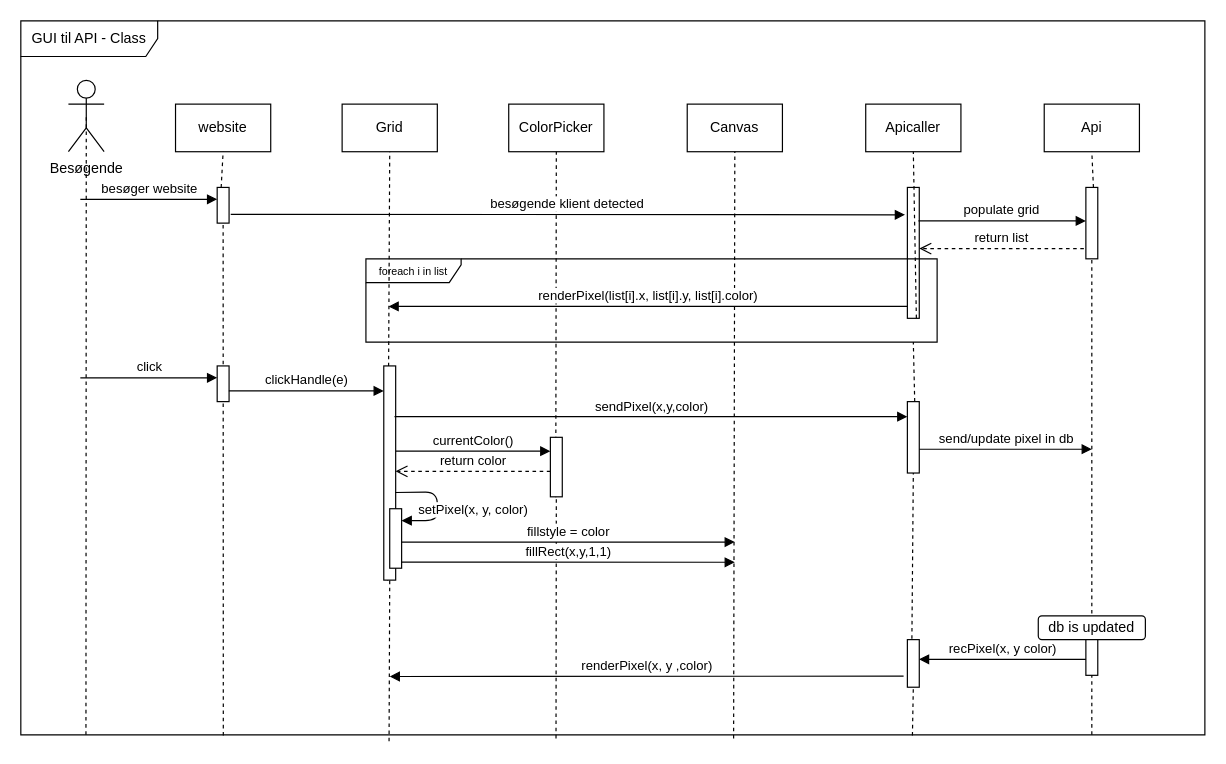
The draw.io diagram GUI/sekvens/GUI til API - SD.drawio in I4PRJ-Gridder/Diagrammer, before the edit. Source tidied: cells renumbered, new cells numbered last; positions are measured from the earlier drawing's top-left corner, leaving out a move shared by most shapes. Both pictures are drawn from the tidied source at 119%, with x=0, y=0 at pixel (20, 20).
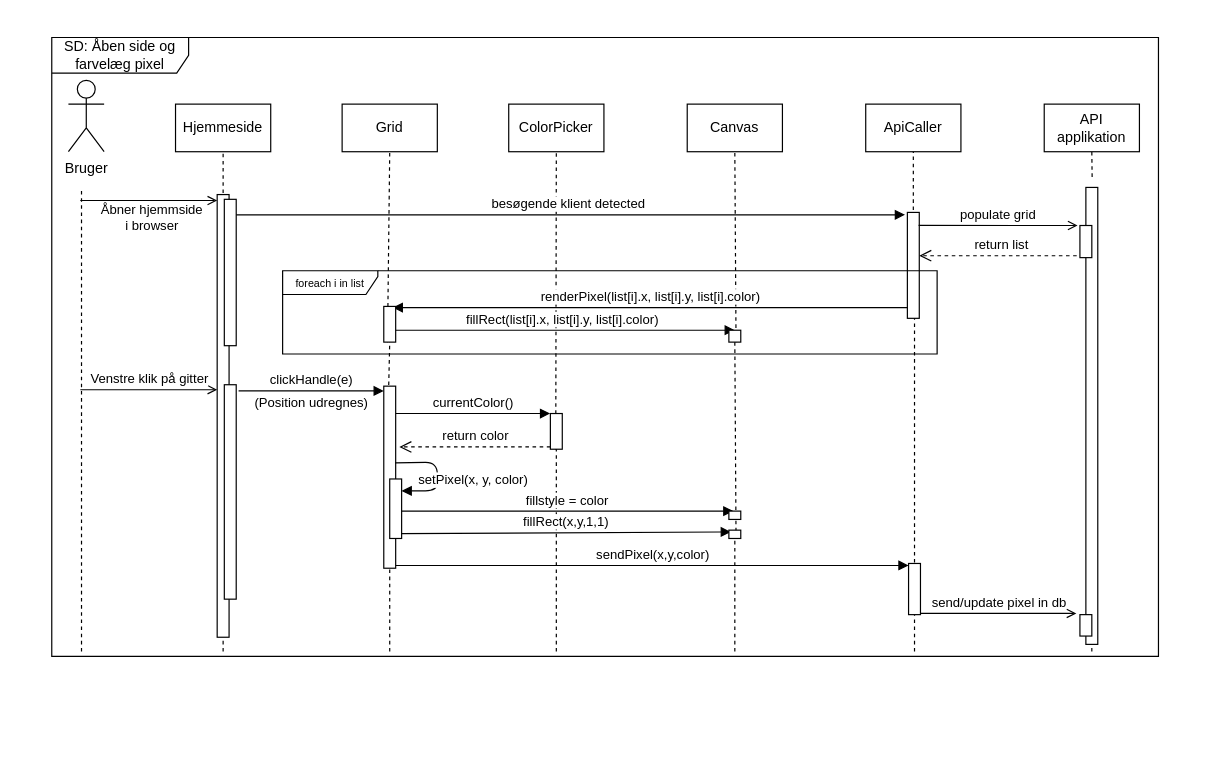
After the change.

Unchanged cells that the change refers to:
```xml
<mxCell id="7" value="Grid" style="rounded=0;whiteSpace=wrap;html=1;" parent="1" vertex="1">
  <mxGeometry x="270" y="70" width="80" height="40" as="geometry" />
</mxCell>
<mxCell id="11" value="Canvas" style="rounded=0;whiteSpace=wrap;html=1;" parent="1" vertex="1">
  <mxGeometry x="560" y="70" width="80" height="40" as="geometry" />
</mxCell>
```

What changed in the source:
```diff
@@
     <mxCell id="2" style="html=1;points=[];perimeter=orthogonalPerimeter;" parent="1" vertex="1">
-      <mxGeometry x="745" y="140" width="10" height="110" as="geometry" />
+      <mxGeometry x="745" y="161" width="10" height="89" as="geometry" />
     </mxCell>
     <mxCell id="3" value="&lt;font style=&quot;font-size: 9px&quot;&gt;foreach i in list&lt;/font&gt;" style="shape=umlFrame;whiteSpace=wrap;html=1;width=80;height=20;" parent="1" vertex="1">
-      <mxGeometry x="290" y="200" width="480" height="70" as="geometry" />
+      <mxGeometry x="220" y="210" width="550" height="70" as="geometry" />
     </mxCell>
-    <mxCell id="4" value="GUI til API - Class" style="shape=umlFrame;whiteSpace=wrap;html=1;width=115;height=30;" parent="1" vertex="1">
-      <mxGeometry width="995" height="600" as="geometry" />
-    </mxCell>
-    <mxCell id="5" value="Besøgende" style="shape=umlActor;verticalLabelPosition=bottom;verticalAlign=top;html=1;outlineConnect=0;" parent="1" vertex="1">
+    <mxCell id="5" value="Bruger" style="shape=umlActor;verticalLabelPosition=bottom;verticalAlign=top;html=1;outlineConnect=0;" parent="1" vertex="1">
       <mxGeometry x="40" y="50" width="30" height="60" as="geometry" />
     </mxCell>
-    <mxCell id="6" value="website" style="rounded=0;whiteSpace=wrap;html=1;" parent="1" vertex="1">
+    <mxCell id="6" value="Hjemmeside" style="rounded=0;whiteSpace=wrap;html=1;" parent="1" vertex="1">
       <mxGeometry x="130" y="70" width="80" height="40" as="geometry" />
     </mxCell>
@@
-    <mxCell id="8" value="Apicaller" style="rounded=0;whiteSpace=wrap;html=1;" parent="1" vertex="1">
+    <mxCell id="8" value="ApiCaller" style="rounded=0;whiteSpace=wrap;html=1;" parent="1" vertex="1">
       <mxGeometry x="710" y="70" width="80" height="40" as="geometry" />
     </mxCell>
-    <mxCell id="9" value="Api" style="rounded=0;whiteSpace=wrap;html=1;" parent="1" vertex="1">
+    <mxCell id="9" value="API applikation" style="rounded=0;whiteSpace=wrap;html=1;" parent="1" vertex="1">
       <mxGeometry x="860" y="70" width="80" height="40" as="geometry" />
     </mxCell>
@@
-    <mxCell id="12" style="endArrow=none;dashed=1;html=1;entryX=0.5;entryY=0.5;entryDx=0;entryDy=0;entryPerimeter=0;exitX=0.055;exitY=1;exitDx=0;exitDy=0;exitPerimeter=0;" parent="1" edge="1" source="4" target="5">
-      <mxGeometry relative="1" as="geometry" />
+    <mxCell id="12" style="endArrow=none;dashed=1;html=1;" parent="1" edge="1">
+      <mxGeometry relative="1" as="geometry">
+        <mxPoint x="51" y="530" as="sourcePoint" />
+        <mxPoint x="51" y="140" as="targetPoint" />
+      </mxGeometry>
     </mxCell>
-    <mxCell id="13" style="endArrow=none;dashed=1;html=1;entryX=0.5;entryY=1;entryDx=0;entryDy=0;exitX=0.171;exitY=1.001;exitDx=0;exitDy=0;exitPerimeter=0;" parent="1" edge="1" source="19" target="6">
+    <mxCell id="13" style="endArrow=none;dashed=1;html=1;entryX=0.5;entryY=1;entryDx=0;entryDy=0;exitX=0.5;exitY=0.061;exitDx=0;exitDy=0;exitPerimeter=0;" parent="1" edge="1" source="19" target="6">
       <mxGeometry relative="1" as="geometry" />
     </mxCell>
-    <mxCell id="14" style="endArrow=none;dashed=1;html=1;entryX=0.5;entryY=1;entryDx=0;entryDy=0;exitX=0.313;exitY=1.002;exitDx=0;exitDy=0;exitPerimeter=0;" parent="1" edge="1" source="35" target="7">
+    <mxCell id="14" style="endArrow=none;dashed=1;html=1;entryX=0.5;entryY=1;entryDx=0;entryDy=0;exitX=0.313;exitY=1.002;exitDx=0;exitDy=0;exitPerimeter=0;" parent="1" edge="1" source="58" target="7">
       <mxGeometry relative="1" as="geometry" />
     </mxCell>
@@
-    <mxCell id="16" style="endArrow=none;dashed=1;html=1;entryX=0.5;entryY=1;entryDx=0;entryDy=0;exitX=0.906;exitY=1.001;exitDx=0;exitDy=0;exitPerimeter=0;" parent="1" edge="1" source="23" target="9">
+    <mxCell id="16" style="endArrow=none;dashed=1;html=1;entryX=0.5;entryY=1;entryDx=0;entryDy=0;exitX=0.526;exitY=-0.023;exitDx=0;exitDy=0;exitPerimeter=0;" parent="1" edge="1" source="23" target="9">
       <mxGeometry relative="1" as="geometry" />
     </mxCell>
-    <mxCell id="17" style="endArrow=none;dashed=1;html=1;entryX=0.5;entryY=1;entryDx=0;entryDy=0;exitX=0.756;exitY=0.999;exitDx=0;exitDy=0;exitPerimeter=0;" parent="1" edge="1" source="2" target="8">
-      <mxGeometry relative="1" as="geometry" />
+    <mxCell id="17" style="endArrow=none;dashed=1;html=1;entryX=0.5;entryY=1;entryDx=0;entryDy=0;" parent="1" edge="1" target="8">
+      <mxGeometry relative="1" as="geometry">
+        <mxPoint x="750" y="159" as="sourcePoint" />
+      </mxGeometry>
     </mxCell>
-    <mxCell id="18" style="endArrow=none;dashed=1;html=1;entryX=0.5;entryY=1;entryDx=0;entryDy=0;exitX=0.602;exitY=1.005;exitDx=0;exitDy=0;exitPerimeter=0;" parent="1" edge="1" source="4" target="11">
+    <mxCell id="18" style="endArrow=none;dashed=1;html=1;entryX=0.5;entryY=1;entryDx=0;entryDy=0;exitX=0.602;exitY=1.005;exitDx=0;exitDy=0;exitPerimeter=0;" parent="1" edge="1" source="56" target="11">
       <mxGeometry relative="1" as="geometry" />
     </mxCell>
     <mxCell id="19" style="html=1;points=[];perimeter=orthogonalPerimeter;" parent="1" vertex="1">
-      <mxGeometry x="165" y="140" width="10" height="30" as="geometry" />
+      <mxGeometry x="165" y="146" width="10" height="372" as="geometry" />
     </mxCell>
-    <mxCell id="20" style="endArrow=none;dashed=1;html=1;entryX=0.5;entryY=1;entryDx=0;entryDy=0;exitX=0.171;exitY=1.001;exitDx=0;exitDy=0;exitPerimeter=0;" parent="1" edge="1" source="4" target="19">
-      <mxGeometry relative="1" as="geometry" />
+    <mxCell id="20" style="endArrow=none;dashed=1;html=1;entryX=0.5;entryY=1;entryDx=0;entryDy=0;" parent="1" edge="1" target="19">
+      <mxGeometry relative="1" as="geometry">
+        <mxPoint x="170" y="530" as="sourcePoint" />
+      </mxGeometry>
     </mxCell>
-    <mxCell id="21" value="besøgende klient detected" style="html=1;verticalAlign=bottom;endArrow=block;exitX=1.14;exitY=0.753;exitDx=0;exitDy=0;exitPerimeter=0;" parent="1" edge="1" source="19">
+    <mxCell id="21" value="besøgende klient detected" style="html=1;verticalAlign=bottom;endArrow=block;" parent="1" edge="1">
       <mxGeometry relative="1" as="geometry">
+        <mxPoint x="176" y="163" as="sourcePoint" />
         <mxPoint x="743" y="163" as="targetPoint" />
       </mxGeometry>
     </mxCell>
-    <mxCell id="22" value="besøger website" style="html=1;verticalAlign=bottom;endArrow=block;" parent="1" edge="1" target="19">
-      <mxGeometry relative="1" as="geometry">
-        <mxPoint x="50" y="150" as="sourcePoint" />
+    <mxCell id="22" value="Åbner hjemmside&lt;br&gt;i browser" style="html=1;verticalAlign=bottom;endArrow=open;endFill=0;" parent="1" edge="1">
+      <mxGeometry x="0.04" y="-30" relative="1" as="geometry">
+        <mxPoint x="50" y="151" as="sourcePoint" />
+        <mxPoint x="165" y="151" as="targetPoint" />
         <Array as="points">
-          <mxPoint x="110" y="150" />
+          <mxPoint x="110" y="151" />
         </Array>
       </mxGeometry>
     </mxCell>
     <mxCell id="23" style="html=1;points=[];perimeter=orthogonalPerimeter;" parent="1" vertex="1">
-      <mxGeometry x="895" y="140" width="10" height="60" as="geometry" />
+      <mxGeometry x="895" y="140" width="10" height="384" as="geometry" />
     </mxCell>
-    <mxCell id="24" style="endArrow=none;dashed=1;html=1;entryX=0.5;entryY=1;entryDx=0;entryDy=0;" parent="1" edge="1" source="45" target="23">
-      <mxGeometry relative="1" as="geometry" />
+    <mxCell id="24" style="endArrow=none;dashed=1;html=1;entryX=0.5;entryY=1;entryDx=0;entryDy=0;" parent="1" edge="1" target="23">
+      <mxGeometry relative="1" as="geometry">
+        <mxPoint x="900" y="530" as="sourcePoint" />
+      </mxGeometry>
     </mxCell>
-    <mxCell id="25" value="return list" style="html=1;verticalAlign=bottom;endArrow=open;dashed=1;endSize=8;exitX=-0.169;exitY=0.857;exitDx=0;exitDy=0;exitPerimeter=0;" parent="1" edge="1" source="23" target="2">
-      <mxGeometry relative="1" as="geometry" />
+    <mxCell id="25" value="return list" style="html=1;verticalAlign=bottom;endArrow=open;dashed=1;endSize=8;exitX=-0.169;exitY=0.857;exitDx=0;exitDy=0;exitPerimeter=0;" parent="1" edge="1">
+      <mxGeometry relative="1" as="geometry">
+        <mxPoint x="893.3" y="197.4" as="sourcePoint" />
+        <mxPoint x="755" y="197.4" as="targetPoint" />
+      </mxGeometry>
     </mxCell>
-    <mxCell id="26" style="endArrow=none;dashed=1;html=1;entryX=0.5;entryY=1;entryDx=0;entryDy=0;exitX=0.756;exitY=0.999;exitDx=0;exitDy=0;exitPerimeter=0;" parent="1" edge="1" source="32">
+    <mxCell id="26" style="endArrow=none;dashed=1;html=1;exitX=0.5;exitY=-0.017;exitDx=0;exitDy=0;exitPerimeter=0;" parent="1" edge="1" source="32">
       <mxGeometry relative="1" as="geometry">
-        <mxPoint x="750" y="270" as="targetPoint" />
+        <mxPoint x="751" y="250" as="targetPoint" />
       </mxGeometry>
     </mxCell>
-    <mxCell id="27" value="renderPixel(list[i].x, list[i].y, list[i].color)" style="html=1;verticalAlign=bottom;endArrow=block;" parent="1" edge="1" source="2">
-      <mxGeometry relative="1" as="geometry">
-        <mxPoint x="309" y="240" as="targetPoint" />
-      </mxGeometry>
+    <mxCell id="27" value="renderPixel(list[i].x, list[i].y, list[i].color)" style="html=1;verticalAlign=bottom;endArrow=block;entryX=0.75;entryY=0.033;entryDx=0;entryDy=0;entryPerimeter=0;" parent="1" edge="1" source="2" target="58">
+      <mxGeometry relative="1" as="geometry" />
     </mxCell>
     <mxCell id="28" style="html=1;points=[];perimeter=orthogonalPerimeter;" parent="1" vertex="1">
-      <mxGeometry x="165" y="290" width="10" height="30" as="geometry" />
+      <mxGeometry x="171" y="305.8" width="10" height="180.2" as="geometry" />
     </mxCell>
-    <mxCell id="29" value="clickHandle(e)" style="html=1;verticalAlign=bottom;endArrow=block;exitX=0.98;exitY=0.7;exitDx=0;exitDy=0;exitPerimeter=0;" parent="1" edge="1" source="28" target="35">
-      <mxGeometry relative="1" as="geometry" />
+    <mxCell id="29" value="clickHandle(e)" style="html=1;verticalAlign=bottom;endArrow=block;" parent="1" edge="1" target="35">
+      <mxGeometry relative="1" as="geometry">
+        <mxPoint x="183" y="311" as="sourcePoint" />
+      </mxGeometry>
     </mxCell>
+    <mxCell id="53" value="(Position udregnes)" style="edgeLabel;html=1;align=center;verticalAlign=middle;" parent="29" vertex="1">
+      <mxGeometry x="0.24" y="-1" relative="1" as="geometry">
+        <mxPoint x="-15.6" y="8" as="offset" />
+      </mxGeometry>
+    </mxCell>
-    <mxCell id="30" value="click" style="html=1;verticalAlign=bottom;endArrow=block;" parent="1" edge="1" target="28">
+    <mxCell id="30" value="Venstre klik på gitter" style="html=1;verticalAlign=bottom;endArrow=open;endFill=0;" parent="1" edge="1">
       <mxGeometry relative="1" as="geometry">
-        <mxPoint x="50" y="300" as="sourcePoint" />
+        <mxPoint x="50" y="310" as="sourcePoint" />
+        <mxPoint x="165" y="310" as="targetPoint" />
       </mxGeometry>
     </mxCell>
-    <mxCell id="31" value="currentColor()" style="html=1;verticalAlign=bottom;endArrow=block;exitX=1.02;exitY=0.398;exitDx=0;exitDy=0;exitPerimeter=0;" parent="1" edge="1" source="35" target="39">
-      <mxGeometry relative="1" as="geometry" />
+    <mxCell id="31" value="currentColor()" style="html=1;verticalAlign=bottom;endArrow=block;exitX=1.02;exitY=0.398;exitDx=0;exitDy=0;exitPerimeter=0;" parent="1" edge="1">
+      <mxGeometry relative="1" as="geometry">
+        <mxPoint x="315" y="330" as="sourcePoint" />
+        <mxPoint x="444.8" y="330" as="targetPoint" />
+      </mxGeometry>
     </mxCell>
     <mxCell id="32" style="html=1;points=[];perimeter=orthogonalPerimeter;" parent="1" vertex="1">
-      <mxGeometry x="745" y="320" width="10" height="60" as="geometry" />
+      <mxGeometry x="746" y="456" width="10" height="43" as="geometry" />
     </mxCell>
-    <mxCell id="33" style="endArrow=none;dashed=1;html=1;entryX=0.5;entryY=1;entryDx=0;entryDy=0;exitX=0.38;exitY=-0.019;exitDx=0;exitDy=0;exitPerimeter=0;" parent="1" edge="1" source="49" target="32">
-      <mxGeometry relative="1" as="geometry" />
+    <mxCell id="33" style="endArrow=none;dashed=1;html=1;entryX=0.5;entryY=1;entryDx=0;entryDy=0;" parent="1" edge="1" target="32">
+      <mxGeometry relative="1" as="geometry">
+        <mxPoint x="751" y="530" as="sourcePoint" />
+      </mxGeometry>
     </mxCell>
-    <mxCell id="34" value="send/update pixel in db" style="html=1;verticalAlign=bottom;endArrow=block;" parent="1" edge="1" source="32">
+    <mxCell id="34" value="send/update pixel in db" style="html=1;verticalAlign=bottom;endArrow=open;endFill=0;" parent="1" edge="1">
       <mxGeometry relative="1" as="geometry">
-        <mxPoint x="900" y="360" as="targetPoint" />
+        <mxPoint x="756" y="498" as="sourcePoint" />
+        <mxPoint x="887" y="498" as="targetPoint" />
       </mxGeometry>
     </mxCell>
     <mxCell id="35" style="html=1;points=[];perimeter=orthogonalPerimeter;" parent="1" vertex="1">
-      <mxGeometry x="305" y="290" width="10" height="180" as="geometry" />
+      <mxGeometry x="305" y="307" width="10" height="153" as="geometry" />
     </mxCell>
-    <mxCell id="36" style="endArrow=none;dashed=1;html=1;entryX=0.5;entryY=1;entryDx=0;entryDy=0;exitX=0.311;exitY=1.009;exitDx=0;exitDy=0;exitPerimeter=0;" parent="1" edge="1" source="4" target="35">
-      <mxGeometry relative="1" as="geometry" />
+    <mxCell id="36" style="endArrow=none;dashed=1;html=1;entryX=0.5;entryY=1;entryDx=0;entryDy=0;" parent="1" edge="1" target="35">
+      <mxGeometry relative="1" as="geometry">
+        <mxPoint x="310" y="530" as="sourcePoint" />
+      </mxGeometry>
     </mxCell>
-    <mxCell id="37" value="sendPixel(x,y,color)" style="html=1;verticalAlign=bottom;endArrow=block;exitX=0.9;exitY=0.237;exitDx=0;exitDy=0;exitPerimeter=0;" parent="1" edge="1" source="35" target="32">
-      <mxGeometry relative="1" as="geometry" />
+    <mxCell id="37" value="sendPixel(x,y,color)" style="html=1;verticalAlign=bottom;endArrow=block;exitX=0.9;exitY=0.237;exitDx=0;exitDy=0;exitPerimeter=0;" parent="1" edge="1">
+      <mxGeometry relative="1" as="geometry">
+        <mxPoint x="315" y="457.7" as="sourcePoint" />
+        <mxPoint x="746" y="457.7" as="targetPoint" />
+      </mxGeometry>
     </mxCell>
-    <mxCell id="38" value="return color" style="html=1;verticalAlign=bottom;endArrow=open;dashed=1;endSize=8;entryX=0.986;entryY=0.492;entryDx=0;entryDy=0;entryPerimeter=0;" parent="1" edge="1" source="39" target="35">
-      <mxGeometry relative="1" as="geometry" />
+    <mxCell id="38" value="return color" style="html=1;verticalAlign=bottom;endArrow=open;dashed=1;endSize=8;entryX=1.31;entryY=0.234;entryDx=0;entryDy=0;entryPerimeter=0;" parent="1" edge="1">
+      <mxGeometry relative="1" as="geometry">
+        <mxPoint x="445" y="358.1" as="sourcePoint" />
+        <mxPoint x="318.1" y="358.1" as="targetPoint" />
+      </mxGeometry>
     </mxCell>
     <mxCell id="39" style="html=1;points=[];perimeter=orthogonalPerimeter;" parent="1" vertex="1">
-      <mxGeometry x="445" y="350" width="10" height="50" as="geometry" />
+      <mxGeometry x="445" y="330" width="10" height="30" as="geometry" />
     </mxCell>
-    <mxCell id="40" style="endArrow=none;dashed=1;html=1;entryX=0.5;entryY=1;entryDx=0;entryDy=0;exitX=0.452;exitY=1.005;exitDx=0;exitDy=0;exitPerimeter=0;" parent="1" edge="1" source="4" target="39">
-      <mxGeometry relative="1" as="geometry" />
+    <mxCell id="40" style="endArrow=none;dashed=1;html=1;entryX=0.5;entryY=1;entryDx=0;entryDy=0;" parent="1" edge="1" target="39">
+      <mxGeometry relative="1" as="geometry">
+        <mxPoint x="450" y="530" as="sourcePoint" />
+      </mxGeometry>
     </mxCell>
     <mxCell id="41" style="html=1;points=[];perimeter=orthogonalPerimeter;" parent="1" vertex="1">
-      <mxGeometry x="310" y="410" width="10" height="50" as="geometry" />
+      <mxGeometry x="310" y="385" width="10" height="50" as="geometry" />
     </mxCell>
-    <mxCell id="42" value="setPixel(x, y, color)" style="html=1;verticalAlign=bottom;endArrow=block;exitX=0.953;exitY=0.591;exitDx=0;exitDy=0;exitPerimeter=0;" parent="1" edge="1" source="35" target="41">
+    <mxCell id="42" value="setPixel(x, y, color)" style="html=1;verticalAlign=bottom;endArrow=block;exitX=0.953;exitY=0.591;exitDx=0;exitDy=0;exitPerimeter=0;" parent="1" edge="1" target="41">
       <mxGeometry x="0.33" y="-30" relative="1" as="geometry">
+        <mxPoint x="314.5" y="371.4" as="sourcePoint" />
         <Array as="points">
-          <mxPoint x="350" y="396" />
-          <mxPoint x="350" y="420" />
+          <mxPoint x="350" y="371" />
+          <mxPoint x="350" y="395" />
         </Array>
         <mxPoint x="30" y="30" as="offset" />
       </mxGeometry>
     </mxCell>
-    <mxCell id="43" value="fillstyle = color" style="html=1;verticalAlign=bottom;endArrow=block;" parent="1" edge="1" source="41">
+    <mxCell id="43" value="fillstyle = color" style="html=1;verticalAlign=bottom;endArrow=block;entryX=0.379;entryY=0.147;entryDx=0;entryDy=0;entryPerimeter=0;" parent="1" edge="1">
       <mxGeometry relative="1" as="geometry">
-        <mxPoint x="600" y="438" as="targetPoint" />
+        <mxPoint x="320" y="412" as="sourcePoint" />
+        <mxPoint x="598.8" y="412" as="targetPoint" />
       </mxGeometry>
     </mxCell>
-    <mxCell id="44" value="fillRect(x,y,1,1)" style="html=1;verticalAlign=bottom;endArrow=block;exitX=0.954;exitY=0.897;exitDx=0;exitDy=0;exitPerimeter=0;" parent="1" edge="1" source="41">
+    <mxCell id="44" value="fillRect(x,y,1,1)" style="html=1;verticalAlign=bottom;endArrow=block;exitX=0.954;exitY=0.897;exitDx=0;exitDy=0;exitPerimeter=0;entryX=0.172;entryY=0.073;entryDx=0;entryDy=0;entryPerimeter=0;" parent="1" edge="1">
       <mxGeometry relative="1" as="geometry">
-        <mxPoint x="600" y="455" as="targetPoint" />
+        <mxPoint x="319.5" y="430.9" as="sourcePoint" />
+        <mxPoint x="596.7" y="429.5" as="targetPoint" />
       </mxGeometry>
     </mxCell>
-    <mxCell id="45" style="html=1;points=[];perimeter=orthogonalPerimeter;" parent="1" vertex="1">
-      <mxGeometry x="895" y="510" width="10" height="40" as="geometry" />
-    </mxCell>
-    <mxCell id="46" style="endArrow=none;dashed=1;html=1;entryX=0.5;entryY=1;entryDx=0;entryDy=0;" parent="1" edge="1" target="45">
-      <mxGeometry relative="1" as="geometry">
-        <mxPoint x="900" y="600" as="sourcePoint" />
-      </mxGeometry>
-    </mxCell>
-    <mxCell id="47" value="db is updated" style="rounded=1;whiteSpace=wrap;html=1;" parent="1" vertex="1">
-      <mxGeometry x="855" y="500" width="90" height="20" as="geometry" />
-    </mxCell>
-    <mxCell id="48" value="recPixel(x, y color)" style="html=1;verticalAlign=bottom;endArrow=block;entryX=0.974;entryY=0.413;entryDx=0;entryDy=0;entryPerimeter=0;" parent="1" edge="1" source="45" target="49">
-      <mxGeometry relative="1" as="geometry" />
-    </mxCell>
-    <mxCell id="49" style="html=1;points=[];perimeter=orthogonalPerimeter;" parent="1" vertex="1">
-      <mxGeometry x="745" y="520" width="10" height="40" as="geometry" />
-    </mxCell>
-    <mxCell id="50" style="endArrow=none;dashed=1;html=1;entryX=0.5;entryY=1;entryDx=0;entryDy=0;exitX=0.753;exitY=1.001;exitDx=0;exitDy=0;exitPerimeter=0;" parent="1" edge="1" source="4" target="49">
-      <mxGeometry relative="1" as="geometry" />
-    </mxCell>
-    <mxCell id="51" value="renderPixel(x, y ,color)" style="html=1;verticalAlign=bottom;endArrow=block;exitX=-0.318;exitY=0.768;exitDx=0;exitDy=0;exitPerimeter=0;" parent="1" edge="1" source="49">
-      <mxGeometry relative="1" as="geometry">
-        <mxPoint x="310" y="551" as="targetPoint" />
-      </mxGeometry>
-    </mxCell>
-    <mxCell id="52" value="populate grid" style="html=1;verticalAlign=bottom;endArrow=block;exitX=0.928;exitY=0.256;exitDx=0;exitDy=0;exitPerimeter=0;" parent="1" edge="1" source="2" target="23">
-      <mxGeometry relative="1" as="geometry" />
+    <mxCell id="52" value="populate grid" style="html=1;verticalAlign=bottom;endArrow=open;exitX=0.943;exitY=0.123;exitDx=0;exitDy=0;exitPerimeter=0;endFill=0;" parent="1" edge="1" source="2">
+      <mxGeometry relative="1" as="geometry">
+        <mxPoint x="888" y="172" as="targetPoint" />
+      </mxGeometry>
     </mxCell>
+    <mxCell id="54" value="fillRect(list[i].x, list[i].y, list[i].color)" style="html=1;verticalAlign=bottom;endArrow=block;exitX=0.954;exitY=0.897;exitDx=0;exitDy=0;exitPerimeter=0;" parent="1" edge="1">
+      <mxGeometry relative="1" as="geometry">
+        <mxPoint x="309.8" y="260" as="sourcePoint" />
+        <mxPoint x="600" y="260" as="targetPoint" />
+      </mxGeometry>
+    </mxCell>
+    <mxCell id="55" value="SD: Åben side og farvelæg pixel" style="shape=umlFrame;whiteSpace=wrap;html=1;width=115;height=30;" parent="1" vertex="1">
+      <mxGeometry x="26" y="14" width="930" height="520" as="geometry" />
+    </mxCell>
+    <mxCell id="56" style="html=1;points=[];perimeter=orthogonalPerimeter;" parent="1" vertex="1">
+      <mxGeometry x="595" y="260" width="10" height="10" as="geometry" />
+    </mxCell>
+    <mxCell id="57" style="endArrow=none;dashed=1;html=1;entryX=0.5;entryY=1;entryDx=0;entryDy=0;exitX=0.602;exitY=1.005;exitDx=0;exitDy=0;exitPerimeter=0;" parent="1" edge="1" source="61" target="56">
+      <mxGeometry relative="1" as="geometry" />
+    </mxCell>
+    <mxCell id="58" style="html=1;points=[];perimeter=orthogonalPerimeter;" parent="1" vertex="1">
+      <mxGeometry x="305" y="240" width="10" height="30" as="geometry" />
+    </mxCell>
+    <mxCell id="59" style="endArrow=none;dashed=1;html=1;entryX=0.5;entryY=1;entryDx=0;entryDy=0;exitX=0.417;exitY=-0.006;exitDx=0;exitDy=0;exitPerimeter=0;" parent="1" edge="1" source="35" target="58">
+      <mxGeometry relative="1" as="geometry" />
+    </mxCell>
+    <mxCell id="60" style="html=1;perimeter=orthogonalPerimeter;" parent="1" vertex="1">
+      <mxGeometry x="595" y="412" width="10" height="7" as="geometry" />
+    </mxCell>
+    <mxCell id="61" style="html=1;points=[];perimeter=orthogonalPerimeter;" parent="1" vertex="1">
+      <mxGeometry x="595" y="428" width="10" height="7" as="geometry" />
+    </mxCell>
+    <mxCell id="62" style="endArrow=none;dashed=1;html=1;entryX=0.5;entryY=1;entryDx=0;entryDy=0;" parent="1" edge="1" target="61">
+      <mxGeometry relative="1" as="geometry">
+        <mxPoint x="600" y="530" as="sourcePoint" />
+      </mxGeometry>
+    </mxCell>
+    <mxCell id="63" style="html=1;perimeter=orthogonalPerimeter;" parent="1" vertex="1">
+      <mxGeometry x="171" y="150" width="10" height="123" as="geometry" />
+    </mxCell>
+    <mxCell id="64" style="html=1;perimeter=orthogonalPerimeter;" parent="1" vertex="1">
+      <mxGeometry x="890" y="172" width="10" height="27" as="geometry" />
+    </mxCell>
+    <mxCell id="65" style="html=1;perimeter=orthogonalPerimeter;" parent="1" vertex="1">
+      <mxGeometry x="890" y="499" width="10" height="18" as="geometry" />
+    </mxCell>
```
